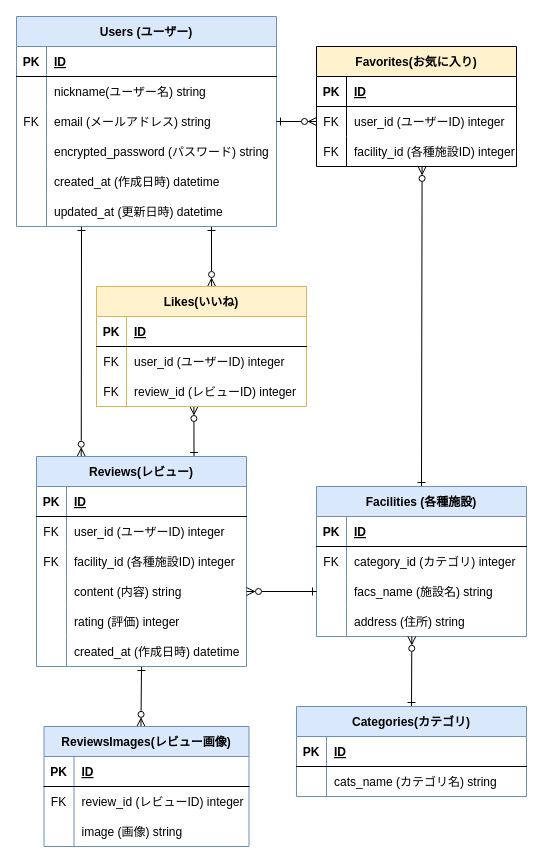
This is ER図.dio from vissel500/Hokuriku-shien-Travelers-map, a draw.io file, before an edit. Source tidied: cells renumbered, new cells numbered last; positions are measured from the earlier drawing's top-left corner, leaving out a move shared by most shapes. Both pictures are drawn from the tidied source at 100%, with x=0, y=0 at pixel (16, 16).
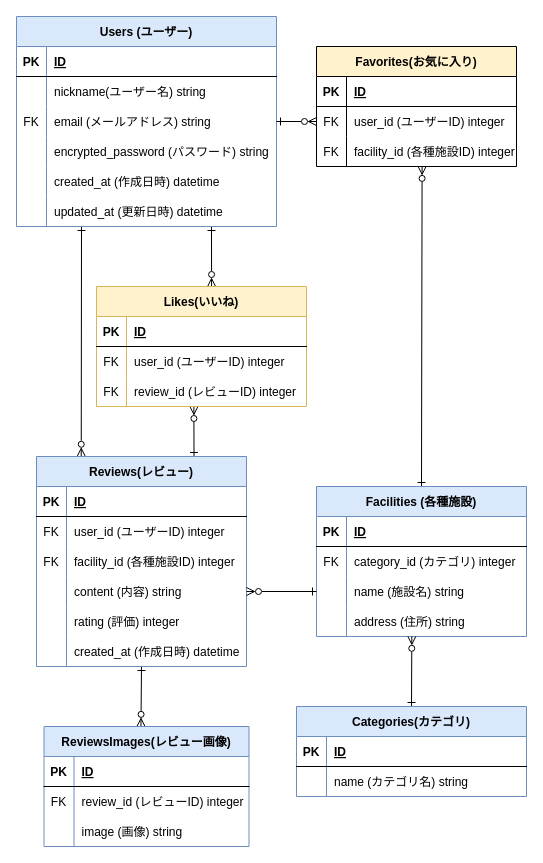
Above is the later version.

Unchanged cells that the change refers to:
```xml
<mxCell id="10" style="shape=tableRow;horizontal=0;startSize=0;swimlaneHead=0;swimlaneBody=0;fillColor=none;points=[[0,0.5],[1,0.5]];portConstraint=eastwest;top=0;left=0;right=0;bottom=0;" parent="3" vertex="1">
  <mxGeometry y="90" width="210" height="30" as="geometry" />
</mxCell>
<mxCell id="83" style="shape=tableRow;horizontal=0;startSize=0;swimlaneHead=0;swimlaneBody=0;fillColor=none;top=0;left=0;right=0;bottom=0;" parent="79" vertex="1">
  <mxGeometry y="60" width="230" height="30" as="geometry" />
</mxCell>
```

The edit, as a diff of the source:
```diff
@@
-    <mxCell id="12" value="facs_name (施設名) string" style="shape=partialRectangle;fillColor=none;top=0;left=0;bottom=0;right=0;align=left;spacingLeft=6;overflow=hidden;" parent="10" vertex="1">
+    <mxCell id="12" value="name (施設名) string" style="shape=partialRectangle;fillColor=none;top=0;left=0;bottom=0;right=0;align=left;spacingLeft=6;overflow=hidden;" parent="10" vertex="1">
       <mxGeometry x="30" width="180" height="30" as="geometry" />
     </mxCell>
@@
-    <mxCell id="85" value="cats_name (カテゴリ名) string" style="shape=partialRectangle;fillColor=none;top=0;left=0;bottom=0;right=0;align=left;spacingLeft=6;overflow=hidden;" parent="83" vertex="1">
+    <mxCell id="85" value="name (カテゴリ名) string" style="shape=partialRectangle;fillColor=none;top=0;left=0;bottom=0;right=0;align=left;spacingLeft=6;overflow=hidden;" parent="83" vertex="1">
       <mxGeometry x="30" width="200" height="30" as="geometry" />
     </mxCell>
```
